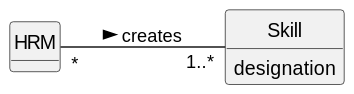
ricardomm7/leaflink keeps this PlantUML diagram as docs/sprintA/us001/02.analysis/svg/us001-domain-model.svg. Above is the earlier version. Source of this version:
```plantuml
@startuml
skinparam monochrome true
skinparam packageStyle rectangle
skinparam shadowing false

left to right direction

skinparam classAttributeIconSize 0

hide circle
hide methods

class HRM {

}
class Skill {
    designation
}

HRM "*" -- "1..*" Skill : creates >
@enduml
```
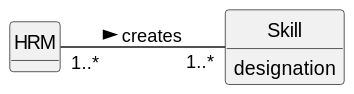
After the commit.

What changed in the source:
```diff
@@ -17,5 +17,5 @@
     designation
 }
 
-HRM "*" -- "1..*" Skill : creates >
+HRM "1..*" -- "1..*" Skill : creates >
 @enduml
```
